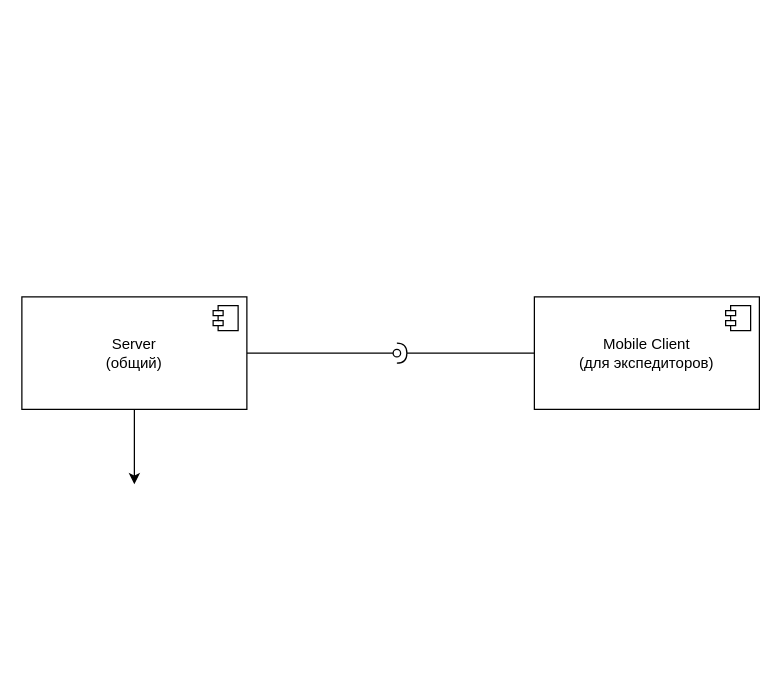
The draw.io diagram requirements/Untitled Diagram.drawio in poputchik-2/poputchik-2, before the edit. Source tidied: cells renumbered, new cells numbered last; positions are measured from the earlier drawing's top-left corner, leaving out a move shared by most shapes. Both pictures are drawn from the tidied source at 125%, with x=0, y=0 at pixel (21, 296).
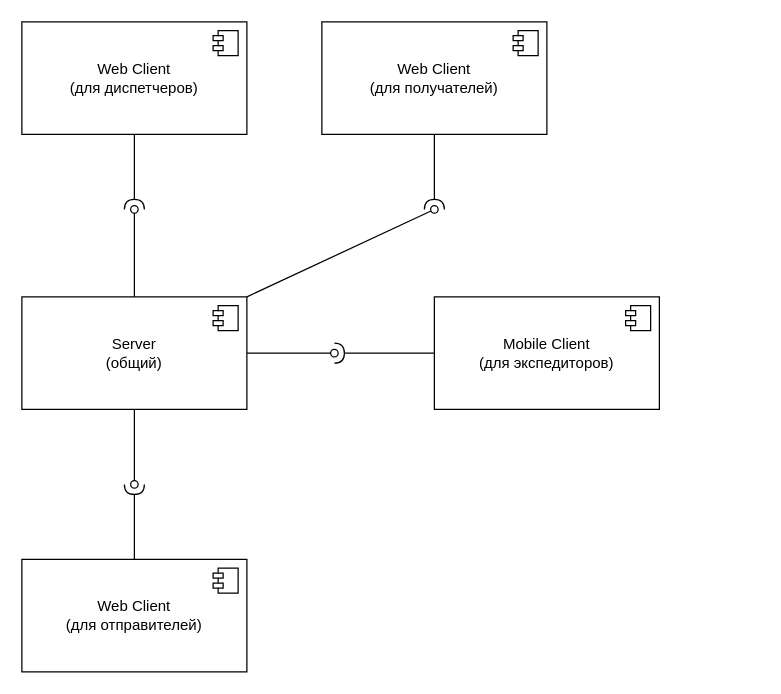
After the change.

The change refers to these unchanged cells:
```xml
<mxCell id="7" value="&lt;div&gt;Server&lt;/div&gt;&lt;div&gt;&lt;span style=&quot;background-color: initial;&quot;&gt;(общий)&lt;/span&gt;&lt;br&gt;&lt;/div&gt;" style="html=1;whiteSpace=wrap;" parent="1" vertex="1">
  <mxGeometry width="180" height="90" as="geometry" />
</mxCell>
```

The edit, as a diff of the source:
```diff
@@
     <mxCell id="2" style="edgeStyle=orthogonalEdgeStyle;rounded=0;jettySize=auto;html=1;endArrow=halfCircle;endFill=0;" parent="1" edge="1" source="3">
       <mxGeometry relative="1" as="geometry">
-        <mxPoint x="300" y="45" as="targetPoint" />
+        <mxPoint x="250" y="45" as="targetPoint" />
       </mxGeometry>
     </mxCell>
     <mxCell id="3" value="&lt;div&gt;&lt;span style=&quot;background-color: initial;&quot;&gt;Mobile Client&lt;/span&gt;&lt;/div&gt;&lt;div&gt;&lt;span style=&quot;background-color: initial;&quot;&gt;(для экспедиторов)&lt;/span&gt;&lt;br&gt;&lt;/div&gt;" style="html=1;whiteSpace=wrap;" parent="1" vertex="1">
-      <mxGeometry x="410" width="180" height="90" as="geometry" />
+      <mxGeometry x="330" width="180" height="90" as="geometry" />
     </mxCell>
@@
     <mxCell id="5" style="edgeStyle=orthogonalEdgeStyle;rounded=0;jettySize=auto;html=1;endArrow=oval;endFill=0;" parent="1" edge="1" source="7">
       <mxGeometry relative="1" as="geometry">
-        <mxPoint x="300" y="45" as="targetPoint" />
+        <mxPoint x="250" y="45" as="targetPoint" />
       </mxGeometry>
     </mxCell>
-    <mxCell id="6" style="edgeStyle=orthogonalEdgeStyle;rounded=0;jettySize=auto;html=1;" parent="1" edge="1" source="7">
+    <mxCell id="6" style="edgeStyle=orthogonalEdgeStyle;rounded=0;jettySize=auto;html=1;endArrow=oval;endFill=0;" parent="1" edge="1" source="7">
       <mxGeometry relative="1" as="geometry">
         <mxPoint x="90" y="150" as="targetPoint" />
       </mxGeometry>
     </mxCell>
+    <mxCell id="9" style="edgeStyle=orthogonalEdgeStyle;rounded=0;jettySize=auto;html=1;endArrow=oval;endFill=0;" parent="1" edge="1" source="7">
+      <mxGeometry relative="1" as="geometry">
+        <mxPoint x="90" y="-70" as="targetPoint" />
+      </mxGeometry>
+    </mxCell>
+    <mxCell id="10" style="rounded=0;jettySize=auto;html=1;exitX=1;exitY=0;exitDx=0;exitDy=0;endArrow=oval;endFill=0;" parent="1" edge="1" source="7">
+      <mxGeometry relative="1" as="geometry">
+        <mxPoint x="330" y="-70" as="targetPoint" />
+      </mxGeometry>
+    </mxCell>
@@
+    <mxCell id="11" style="edgeStyle=orthogonalEdgeStyle;rounded=0;jettySize=auto;html=1;endArrow=halfCircle;endFill=0;" parent="1" edge="1" source="12">
+      <mxGeometry relative="1" as="geometry">
+        <mxPoint x="90" y="150" as="targetPoint" />
+      </mxGeometry>
+    </mxCell>
+    <mxCell id="12" value="&lt;div&gt;Web Client&lt;/div&gt;&lt;div&gt;&lt;span style=&quot;background-color: initial;&quot;&gt;(для отправителей)&lt;/span&gt;&lt;br&gt;&lt;/div&gt;" style="html=1;whiteSpace=wrap;" parent="1" vertex="1">
+      <mxGeometry y="210" width="180" height="90" as="geometry" />
+    </mxCell>
+    <mxCell id="13" style="shape=module;jettyWidth=8;jettyHeight=4;" parent="12" vertex="1">
+      <mxGeometry x="1" width="20" height="20" relative="1" as="geometry">
+        <mxPoint x="-27" y="7" as="offset" />
+      </mxGeometry>
+    </mxCell>
+    <mxCell id="14" style="edgeStyle=orthogonalEdgeStyle;rounded=0;jettySize=auto;html=1;endArrow=halfCircle;endFill=0;" parent="1" edge="1" source="15">
+      <mxGeometry relative="1" as="geometry">
+        <mxPoint x="90" y="-70" as="targetPoint" />
+      </mxGeometry>
+    </mxCell>
+    <mxCell id="15" value="&lt;div&gt;Web Client&lt;/div&gt;&lt;div&gt;&lt;span style=&quot;background-color: initial;&quot;&gt;(для диспетчеров)&lt;/span&gt;&lt;br&gt;&lt;/div&gt;" style="html=1;whiteSpace=wrap;" parent="1" vertex="1">
+      <mxGeometry y="-220" width="180" height="90" as="geometry" />
+    </mxCell>
+    <mxCell id="16" style="shape=module;jettyWidth=8;jettyHeight=4;" parent="15" vertex="1">
+      <mxGeometry x="1" width="20" height="20" relative="1" as="geometry">
+        <mxPoint x="-27" y="7" as="offset" />
+      </mxGeometry>
+    </mxCell>
+    <mxCell id="17" style="edgeStyle=orthogonalEdgeStyle;rounded=0;jettySize=auto;html=1;endArrow=halfCircle;endFill=0;" parent="1" edge="1" source="18">
+      <mxGeometry relative="1" as="geometry">
+        <mxPoint x="330" y="-70" as="targetPoint" />
+      </mxGeometry>
+    </mxCell>
+    <mxCell id="18" value="&lt;div&gt;Web Client&lt;/div&gt;&lt;div&gt;&lt;span style=&quot;background-color: initial;&quot;&gt;(для получателей)&lt;/span&gt;&lt;br&gt;&lt;/div&gt;" style="html=1;whiteSpace=wrap;" parent="1" vertex="1">
+      <mxGeometry x="240" y="-220" width="180" height="90" as="geometry" />
+    </mxCell>
+    <mxCell id="19" style="shape=module;jettyWidth=8;jettyHeight=4;" parent="18" vertex="1">
+      <mxGeometry x="1" width="20" height="20" relative="1" as="geometry">
+        <mxPoint x="-27" y="7" as="offset" />
+      </mxGeometry>
+    </mxCell>
```
